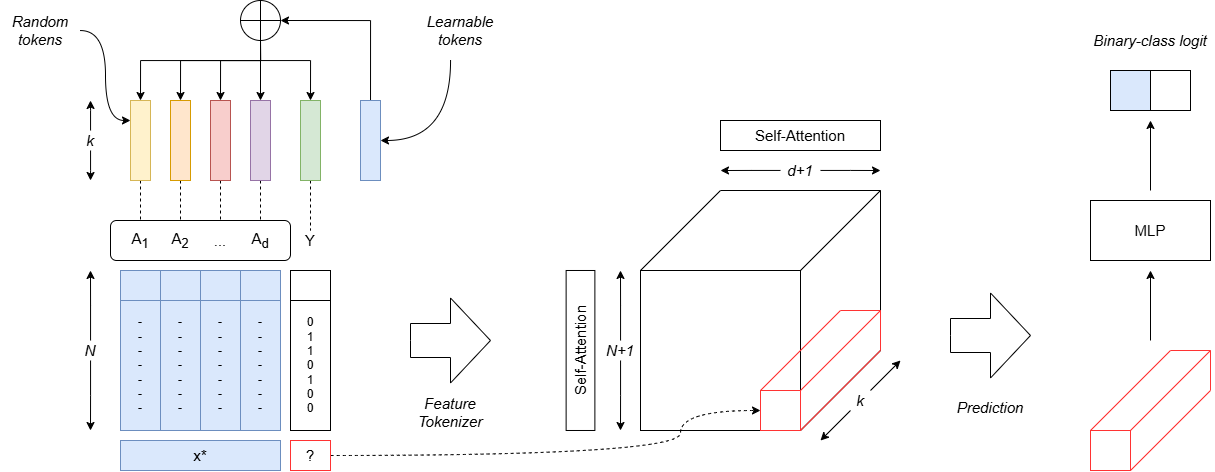
This is images/tabpfn-v2_classifier.png from tanthinhdt/cbbl-2025, a draw.io export, as it was before one commit. Source tidied: cells renumbered, new cells last; positions are measured from the earlier drawing's top-left corner, leaving out a move shared by most shapes.
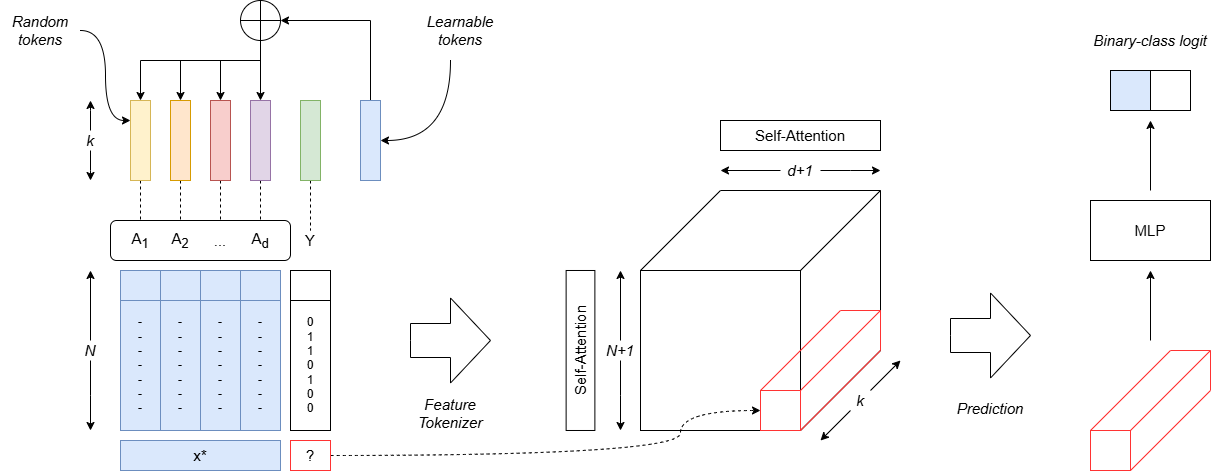
The same file after the commit.

Commit message:
fix: fix architecture visualizations

The edit, as a diff of the source:
```diff
@@ -41,14 +41,6 @@
         </Array>
       </mxGeometry>
     </mxCell>
-    <mxCell id="10" style="edgeStyle=orthogonalEdgeStyle;rounded=0;jettySize=auto;html=1;entryX=0;entryY=0.5;entryDx=0;entryDy=0;" parent="1" edge="1" source="11" target="26">
-      <mxGeometry relative="1" as="geometry">
-        <Array as="points">
-          <mxPoint x="260" y="60" />
-          <mxPoint x="310" y="60" />
-        </Array>
-      </mxGeometry>
-    </mxCell>
     <mxCell id="11" style="shape=orEllipse;perimeter=ellipsePerimeter;whiteSpace=wrap;html=1;backgroundOutline=1;" parent="1" vertex="1">
       <mxGeometry x="240" width="40" height="40" as="geometry" />
     </mxCell>
```
